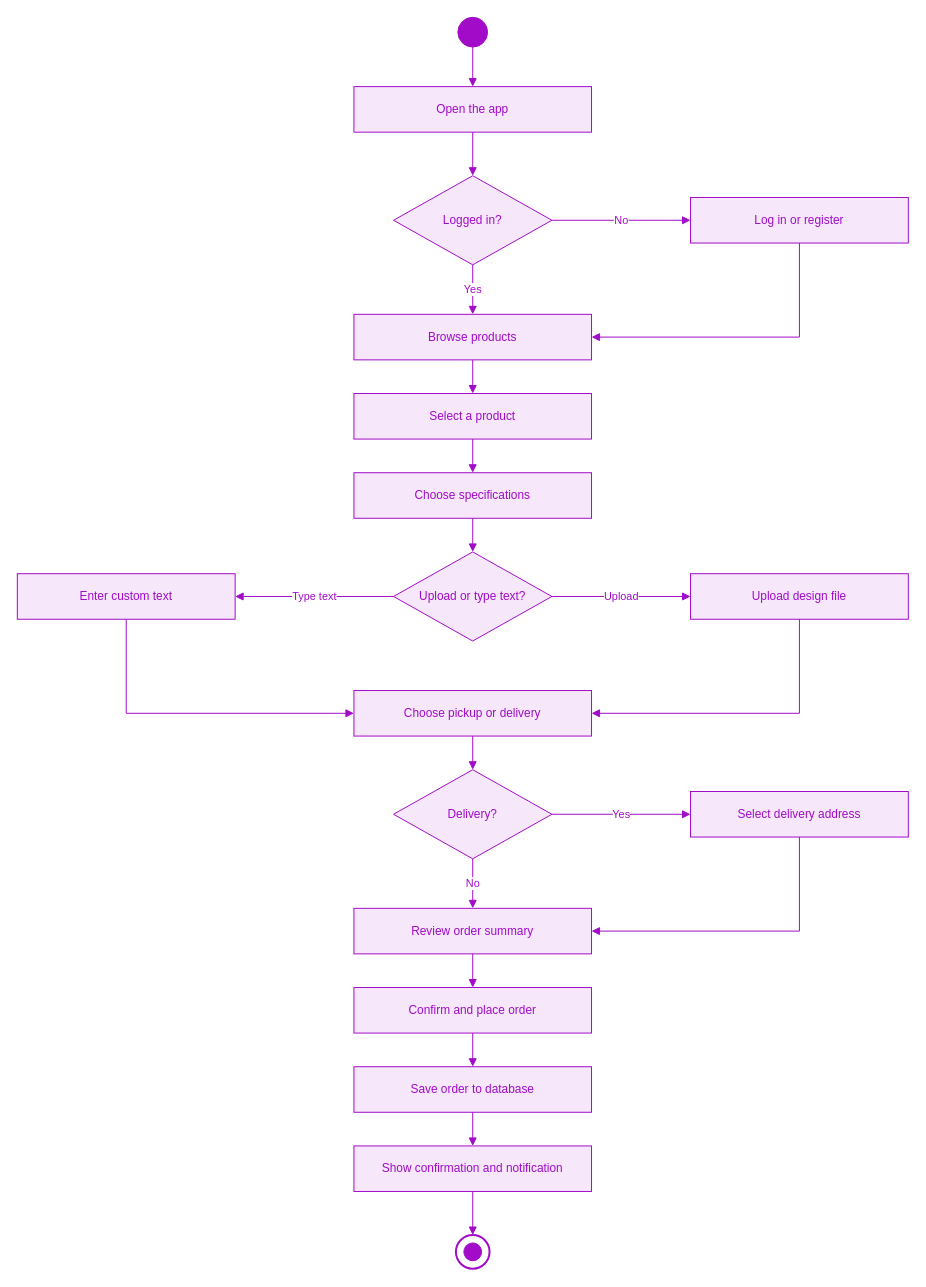
Before: docs/diagrams/03-activity.drawio in TharushiHiranya/PrintXpress, a draw.io diagram. Source tidied: cells renumbered, new cells numbered last; positions are measured from the earlier drawing's top-left corner, leaving out a move shared by most shapes. Both pictures are drawn from the tidied source at 99%, with x=0, y=0 at pixel (17, 17).
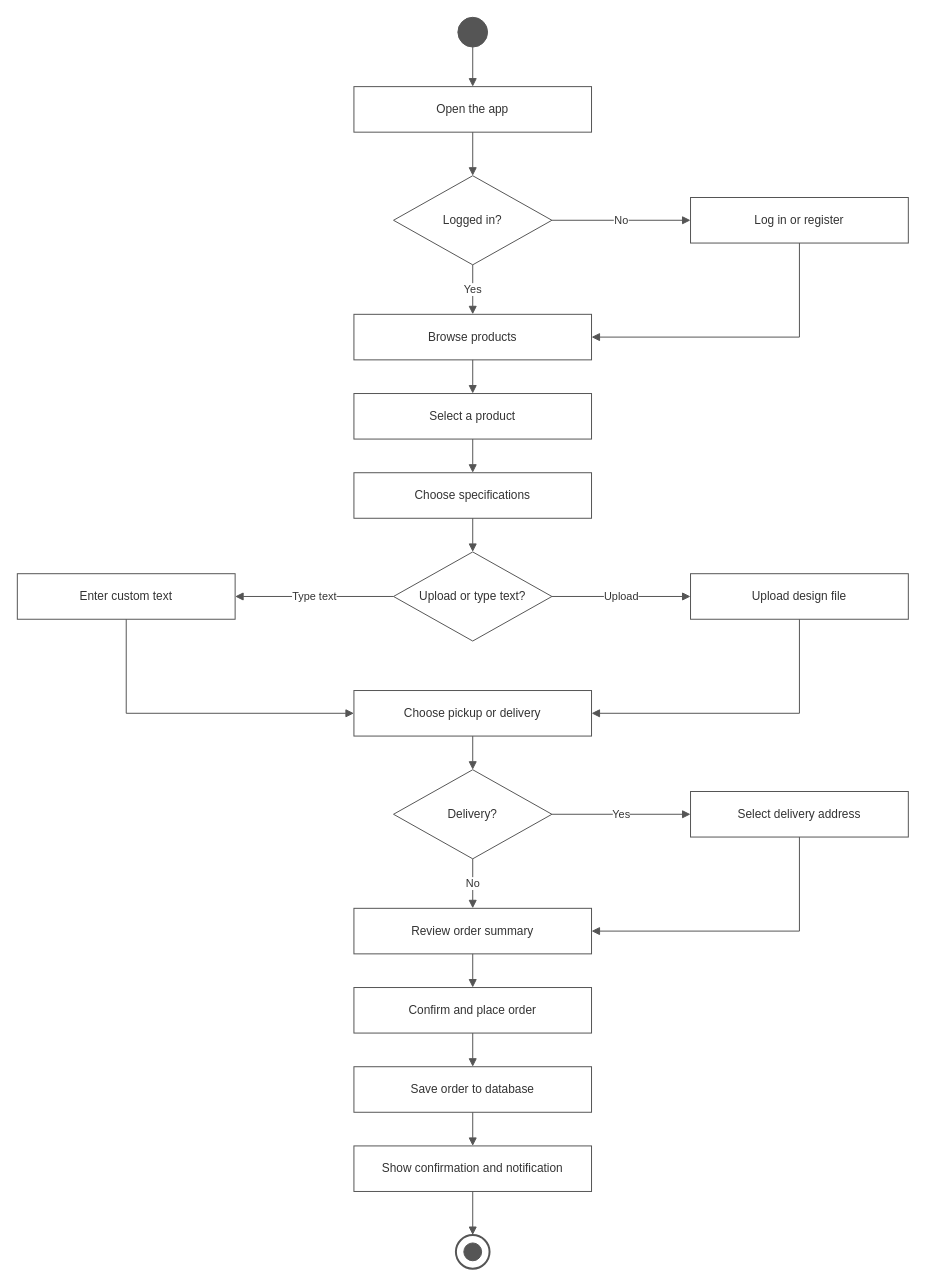
The same page after the edit.

Diff of the diagram source:
```diff
@@
-    <mxCell id="2" style="ellipse;fillColor=#A20BC8;strokeColor=#A20BC8;" parent="1" vertex="1">
+    <mxCell id="2" style="ellipse;fillColor=#555555;strokeColor=#555555;" parent="1" vertex="1">
       <mxGeometry x="445" width="30" height="30" as="geometry" />
     </mxCell>
-    <mxCell id="3" value="Open the app" style="rounded=0;whiteSpace=wrap;html=1;fillColor=#F6E7FA;strokeColor=#A20BC8;fontColor=#A20BC8;" parent="1" vertex="1">
+    <mxCell id="3" value="Open the app" style="rounded=0;whiteSpace=wrap;html=1;fillColor=#FFFFFF;strokeColor=#555555;fontColor=#333333;" parent="1" vertex="1">
       <mxGeometry x="340" y="70" width="240" height="46" as="geometry" />
     </mxCell>
-    <mxCell id="4" value="Logged in?" style="rhombus;whiteSpace=wrap;html=1;fillColor=#F6E7FA;strokeColor=#A20BC8;fontColor=#A20BC8;" parent="1" vertex="1">
+    <mxCell id="4" value="Logged in?" style="rhombus;whiteSpace=wrap;html=1;fillColor=#FFFFFF;strokeColor=#555555;fontColor=#333333;" parent="1" vertex="1">
       <mxGeometry x="380" y="160" width="160" height="90" as="geometry" />
     </mxCell>
-    <mxCell id="5" value="Log in or register" style="rounded=0;whiteSpace=wrap;html=1;fillColor=#F6E7FA;strokeColor=#A20BC8;fontColor=#A20BC8;" parent="1" vertex="1">
+    <mxCell id="5" value="Log in or register" style="rounded=0;whiteSpace=wrap;html=1;fillColor=#FFFFFF;strokeColor=#555555;fontColor=#333333;" parent="1" vertex="1">
       <mxGeometry x="680" y="182" width="220" height="46" as="geometry" />
     </mxCell>
-    <mxCell id="6" value="Browse products" style="rounded=0;whiteSpace=wrap;html=1;fillColor=#F6E7FA;strokeColor=#A20BC8;fontColor=#A20BC8;" parent="1" vertex="1">
+    <mxCell id="6" value="Browse products" style="rounded=0;whiteSpace=wrap;html=1;fillColor=#FFFFFF;strokeColor=#555555;fontColor=#333333;" parent="1" vertex="1">
       <mxGeometry x="340" y="300" width="240" height="46" as="geometry" />
     </mxCell>
-    <mxCell id="7" value="Select a product" style="rounded=0;whiteSpace=wrap;html=1;fillColor=#F6E7FA;strokeColor=#A20BC8;fontColor=#A20BC8;" parent="1" vertex="1">
+    <mxCell id="7" value="Select a product" style="rounded=0;whiteSpace=wrap;html=1;fillColor=#FFFFFF;strokeColor=#555555;fontColor=#333333;" parent="1" vertex="1">
       <mxGeometry x="340" y="380" width="240" height="46" as="geometry" />
     </mxCell>
-    <mxCell id="8" value="Choose specifications" style="rounded=0;whiteSpace=wrap;html=1;fillColor=#F6E7FA;strokeColor=#A20BC8;fontColor=#A20BC8;" parent="1" vertex="1">
+    <mxCell id="8" value="Choose specifications" style="rounded=0;whiteSpace=wrap;html=1;fillColor=#FFFFFF;strokeColor=#555555;fontColor=#333333;" parent="1" vertex="1">
       <mxGeometry x="340" y="460" width="240" height="46" as="geometry" />
     </mxCell>
-    <mxCell id="9" value="Upload or type text?" style="rhombus;whiteSpace=wrap;html=1;fillColor=#F6E7FA;strokeColor=#A20BC8;fontColor=#A20BC8;" parent="1" vertex="1">
+    <mxCell id="9" value="Upload or type text?" style="rhombus;whiteSpace=wrap;html=1;fillColor=#FFFFFF;strokeColor=#555555;fontColor=#333333;" parent="1" vertex="1">
       <mxGeometry x="380" y="540" width="160" height="90" as="geometry" />
     </mxCell>
-    <mxCell id="10" value="Upload design file" style="rounded=0;whiteSpace=wrap;html=1;fillColor=#F6E7FA;strokeColor=#A20BC8;fontColor=#A20BC8;" parent="1" vertex="1">
+    <mxCell id="10" value="Upload design file" style="rounded=0;whiteSpace=wrap;html=1;fillColor=#FFFFFF;strokeColor=#555555;fontColor=#333333;" parent="1" vertex="1">
       <mxGeometry x="680" y="562" width="220" height="46" as="geometry" />
     </mxCell>
-    <mxCell id="11" value="Enter custom text" style="rounded=0;whiteSpace=wrap;html=1;fillColor=#F6E7FA;strokeColor=#A20BC8;fontColor=#A20BC8;" parent="1" vertex="1">
+    <mxCell id="11" value="Enter custom text" style="rounded=0;whiteSpace=wrap;html=1;fillColor=#FFFFFF;strokeColor=#555555;fontColor=#333333;" parent="1" vertex="1">
       <mxGeometry y="562" width="220" height="46" as="geometry" />
     </mxCell>
-    <mxCell id="12" value="Choose pickup or delivery" style="rounded=0;whiteSpace=wrap;html=1;fillColor=#F6E7FA;strokeColor=#A20BC8;fontColor=#A20BC8;" parent="1" vertex="1">
+    <mxCell id="12" value="Choose pickup or delivery" style="rounded=0;whiteSpace=wrap;html=1;fillColor=#FFFFFF;strokeColor=#555555;fontColor=#333333;" parent="1" vertex="1">
       <mxGeometry x="340" y="680" width="240" height="46" as="geometry" />
     </mxCell>
-    <mxCell id="13" value="Delivery?" style="rhombus;whiteSpace=wrap;html=1;fillColor=#F6E7FA;strokeColor=#A20BC8;fontColor=#A20BC8;" parent="1" vertex="1">
+    <mxCell id="13" value="Delivery?" style="rhombus;whiteSpace=wrap;html=1;fillColor=#FFFFFF;strokeColor=#555555;fontColor=#333333;" parent="1" vertex="1">
       <mxGeometry x="380" y="760" width="160" height="90" as="geometry" />
     </mxCell>
-    <mxCell id="14" value="Select delivery address" style="rounded=0;whiteSpace=wrap;html=1;fillColor=#F6E7FA;strokeColor=#A20BC8;fontColor=#A20BC8;" parent="1" vertex="1">
+    <mxCell id="14" value="Select delivery address" style="rounded=0;whiteSpace=wrap;html=1;fillColor=#FFFFFF;strokeColor=#555555;fontColor=#333333;" parent="1" vertex="1">
       <mxGeometry x="680" y="782" width="220" height="46" as="geometry" />
     </mxCell>
-    <mxCell id="15" value="Review order summary" style="rounded=0;whiteSpace=wrap;html=1;fillColor=#F6E7FA;strokeColor=#A20BC8;fontColor=#A20BC8;" parent="1" vertex="1">
+    <mxCell id="15" value="Review order summary" style="rounded=0;whiteSpace=wrap;html=1;fillColor=#FFFFFF;strokeColor=#555555;fontColor=#333333;" parent="1" vertex="1">
       <mxGeometry x="340" y="900" width="240" height="46" as="geometry" />
     </mxCell>
-    <mxCell id="16" value="Confirm and place order" style="rounded=0;whiteSpace=wrap;html=1;fillColor=#F6E7FA;strokeColor=#A20BC8;fontColor=#A20BC8;" parent="1" vertex="1">
+    <mxCell id="16" value="Confirm and place order" style="rounded=0;whiteSpace=wrap;html=1;fillColor=#FFFFFF;strokeColor=#555555;fontColor=#333333;" parent="1" vertex="1">
       <mxGeometry x="340" y="980" width="240" height="46" as="geometry" />
     </mxCell>
-    <mxCell id="17" value="Save order to database" style="rounded=0;whiteSpace=wrap;html=1;fillColor=#F6E7FA;strokeColor=#A20BC8;fontColor=#A20BC8;" parent="1" vertex="1">
+    <mxCell id="17" value="Save order to database" style="rounded=0;whiteSpace=wrap;html=1;fillColor=#FFFFFF;strokeColor=#555555;fontColor=#333333;" parent="1" vertex="1">
       <mxGeometry x="340" y="1060" width="240" height="46" as="geometry" />
     </mxCell>
-    <mxCell id="18" value="Show confirmation and notification" style="rounded=0;whiteSpace=wrap;html=1;fillColor=#F6E7FA;strokeColor=#A20BC8;fontColor=#A20BC8;" parent="1" vertex="1">
+    <mxCell id="18" value="Show confirmation and notification" style="rounded=0;whiteSpace=wrap;html=1;fillColor=#FFFFFF;strokeColor=#555555;fontColor=#333333;" parent="1" vertex="1">
       <mxGeometry x="340" y="1140" width="240" height="46" as="geometry" />
     </mxCell>
-    <mxCell id="19" style="ellipse;fillColor=none;strokeColor=#A20BC8;strokeWidth=2;" parent="1" vertex="1">
+    <mxCell id="19" style="ellipse;fillColor=none;strokeColor=#555555;strokeWidth=2;" parent="1" vertex="1">
       <mxGeometry x="443" y="1230" width="34" height="34" as="geometry" />
     </mxCell>
-    <mxCell id="20" style="ellipse;fillColor=#A20BC8;strokeColor=#A20BC8;" parent="1" vertex="1">
+    <mxCell id="20" style="ellipse;fillColor=#555555;strokeColor=#555555;" parent="1" vertex="1">
       <mxGeometry x="451" y="1238" width="18" height="18" as="geometry" />
     </mxCell>
-    <mxCell id="21" style="edgeStyle=orthogonalEdgeStyle;rounded=0;html=1;strokeColor=#A20BC8;fontColor=#A20BC8;endArrow=block;endFill=1;exitX=0.5;exitY=1;exitDx=0;exitDy=0;entryX=0.5;entryY=0;entryDx=0;entryDy=0;" parent="1" edge="1" source="2" target="3">
+    <mxCell id="21" style="edgeStyle=orthogonalEdgeStyle;rounded=0;html=1;strokeColor=#555555;fontColor=#333333;endArrow=block;endFill=1;exitX=0.5;exitY=1;exitDx=0;exitDy=0;entryX=0.5;entryY=0;entryDx=0;entryDy=0;" parent="1" edge="1" source="2" target="3">
       <mxGeometry relative="1" as="geometry" />
     </mxCell>
-    <mxCell id="22" style="edgeStyle=orthogonalEdgeStyle;rounded=0;html=1;strokeColor=#A20BC8;fontColor=#A20BC8;endArrow=block;endFill=1;exitX=0.5;exitY=1;exitDx=0;exitDy=0;entryX=0.5;entryY=0;entryDx=0;entryDy=0;" parent="1" edge="1" source="3" target="4">
+    <mxCell id="22" style="edgeStyle=orthogonalEdgeStyle;rounded=0;html=1;strokeColor=#555555;fontColor=#333333;endArrow=block;endFill=1;exitX=0.5;exitY=1;exitDx=0;exitDy=0;entryX=0.5;entryY=0;entryDx=0;entryDy=0;" parent="1" edge="1" source="3" target="4">
       <mxGeometry relative="1" as="geometry" />
     </mxCell>
-    <mxCell id="23" value="No" style="edgeStyle=orthogonalEdgeStyle;rounded=0;html=1;strokeColor=#A20BC8;fontColor=#A20BC8;endArrow=block;endFill=1;exitX=1;exitY=0.5;exitDx=0;exitDy=0;entryX=0;entryY=0.5;entryDx=0;entryDy=0;" parent="1" edge="1" source="4" target="5">
+    <mxCell id="23" value="No" style="edgeStyle=orthogonalEdgeStyle;rounded=0;html=1;strokeColor=#555555;fontColor=#333333;endArrow=block;endFill=1;exitX=1;exitY=0.5;exitDx=0;exitDy=0;entryX=0;entryY=0.5;entryDx=0;entryDy=0;" parent="1" edge="1" source="4" target="5">
       <mxGeometry relative="1" as="geometry" />
     </mxCell>
-    <mxCell id="24" style="edgeStyle=orthogonalEdgeStyle;rounded=0;html=1;strokeColor=#A20BC8;fontColor=#A20BC8;endArrow=block;endFill=1;exitX=0.5;exitY=1;exitDx=0;exitDy=0;entryX=1;entryY=0.5;entryDx=0;entryDy=0;" parent="1" edge="1" source="5" target="6">
+    <mxCell id="24" style="edgeStyle=orthogonalEdgeStyle;rounded=0;html=1;strokeColor=#555555;fontColor=#333333;endArrow=block;endFill=1;exitX=0.5;exitY=1;exitDx=0;exitDy=0;entryX=1;entryY=0.5;entryDx=0;entryDy=0;" parent="1" edge="1" source="5" target="6">
       <mxGeometry relative="1" as="geometry">
         <Array as="points">
           <mxPoint x="790" y="323" />
         </Array>
       </mxGeometry>
     </mxCell>
-    <mxCell id="25" value="Yes" style="edgeStyle=orthogonalEdgeStyle;rounded=0;html=1;strokeColor=#A20BC8;fontColor=#A20BC8;endArrow=block;endFill=1;exitX=0.5;exitY=1;exitDx=0;exitDy=0;entryX=0.5;entryY=0;entryDx=0;entryDy=0;" parent="1" edge="1" source="4" target="6">
+    <mxCell id="25" value="Yes" style="edgeStyle=orthogonalEdgeStyle;rounded=0;html=1;strokeColor=#555555;fontColor=#333333;endArrow=block;endFill=1;exitX=0.5;exitY=1;exitDx=0;exitDy=0;entryX=0.5;entryY=0;entryDx=0;entryDy=0;" parent="1" edge="1" source="4" target="6">
       <mxGeometry relative="1" as="geometry" />
     </mxCell>
-    <mxCell id="26" style="edgeStyle=orthogonalEdgeStyle;rounded=0;html=1;strokeColor=#A20BC8;fontColor=#A20BC8;endArrow=block;endFill=1;exitX=0.5;exitY=1;exitDx=0;exitDy=0;entryX=0.5;entryY=0;entryDx=0;entryDy=0;" parent="1" edge="1" source="6" target="7">
+    <mxCell id="26" style="edgeStyle=orthogonalEdgeStyle;rounded=0;html=1;strokeColor=#555555;fontColor=#333333;endArrow=block;endFill=1;exitX=0.5;exitY=1;exitDx=0;exitDy=0;entryX=0.5;entryY=0;entryDx=0;entryDy=0;" parent="1" edge="1" source="6" target="7">
       <mxGeometry relative="1" as="geometry" />
     </mxCell>
-    <mxCell id="27" style="edgeStyle=orthogonalEdgeStyle;rounded=0;html=1;strokeColor=#A20BC8;fontColor=#A20BC8;endArrow=block;endFill=1;exitX=0.5;exitY=1;exitDx=0;exitDy=0;entryX=0.5;entryY=0;entryDx=0;entryDy=0;" parent="1" edge="1" source="7" target="8">
+    <mxCell id="27" style="edgeStyle=orthogonalEdgeStyle;rounded=0;html=1;strokeColor=#555555;fontColor=#333333;endArrow=block;endFill=1;exitX=0.5;exitY=1;exitDx=0;exitDy=0;entryX=0.5;entryY=0;entryDx=0;entryDy=0;" parent="1" edge="1" source="7" target="8">
       <mxGeometry relative="1" as="geometry" />
     </mxCell>
-    <mxCell id="28" style="edgeStyle=orthogonalEdgeStyle;rounded=0;html=1;strokeColor=#A20BC8;fontColor=#A20BC8;endArrow=block;endFill=1;exitX=0.5;exitY=1;exitDx=0;exitDy=0;entryX=0.5;entryY=0;entryDx=0;entryDy=0;" parent="1" edge="1" source="8" target="9">
+    <mxCell id="28" style="edgeStyle=orthogonalEdgeStyle;rounded=0;html=1;strokeColor=#555555;fontColor=#333333;endArrow=block;endFill=1;exitX=0.5;exitY=1;exitDx=0;exitDy=0;entryX=0.5;entryY=0;entryDx=0;entryDy=0;" parent="1" edge="1" source="8" target="9">
       <mxGeometry relative="1" as="geometry" />
     </mxCell>
-    <mxCell id="29" value="Upload" style="edgeStyle=orthogonalEdgeStyle;rounded=0;html=1;strokeColor=#A20BC8;fontColor=#A20BC8;endArrow=block;endFill=1;exitX=1;exitY=0.5;exitDx=0;exitDy=0;entryX=0;entryY=0.5;entryDx=0;entryDy=0;" parent="1" edge="1" source="9" target="10">
+    <mxCell id="29" value="Upload" style="edgeStyle=orthogonalEdgeStyle;rounded=0;html=1;strokeColor=#555555;fontColor=#333333;endArrow=block;endFill=1;exitX=1;exitY=0.5;exitDx=0;exitDy=0;entryX=0;entryY=0.5;entryDx=0;entryDy=0;" parent="1" edge="1" source="9" target="10">
       <mxGeometry relative="1" as="geometry" />
     </mxCell>
-    <mxCell id="30" value="Type text" style="edgeStyle=orthogonalEdgeStyle;rounded=0;html=1;strokeColor=#A20BC8;fontColor=#A20BC8;endArrow=block;endFill=1;exitX=0;exitY=0.5;exitDx=0;exitDy=0;entryX=1;entryY=0.5;entryDx=0;entryDy=0;" parent="1" edge="1" source="9" target="11">
+    <mxCell id="30" value="Type text" style="edgeStyle=orthogonalEdgeStyle;rounded=0;html=1;strokeColor=#555555;fontColor=#333333;endArrow=block;endFill=1;exitX=0;exitY=0.5;exitDx=0;exitDy=0;entryX=1;entryY=0.5;entryDx=0;entryDy=0;" parent="1" edge="1" source="9" target="11">
       <mxGeometry relative="1" as="geometry" />
     </mxCell>
-    <mxCell id="31" style="edgeStyle=orthogonalEdgeStyle;rounded=0;html=1;strokeColor=#A20BC8;fontColor=#A20BC8;endArrow=block;endFill=1;exitX=0.5;exitY=1;exitDx=0;exitDy=0;entryX=1;entryY=0.5;entryDx=0;entryDy=0;" parent="1" edge="1" source="10" target="12">
+    <mxCell id="31" style="edgeStyle=orthogonalEdgeStyle;rounded=0;html=1;strokeColor=#555555;fontColor=#333333;endArrow=block;endFill=1;exitX=0.5;exitY=1;exitDx=0;exitDy=0;entryX=1;entryY=0.5;entryDx=0;entryDy=0;" parent="1" edge="1" source="10" target="12">
       <mxGeometry relative="1" as="geometry">
         <Array as="points">
           <mxPoint x="790" y="703" />
         </Array>
       </mxGeometry>
     </mxCell>
-    <mxCell id="32" style="edgeStyle=orthogonalEdgeStyle;rounded=0;html=1;strokeColor=#A20BC8;fontColor=#A20BC8;endArrow=block;endFill=1;exitX=0.5;exitY=1;exitDx=0;exitDy=0;entryX=0;entryY=0.5;entryDx=0;entryDy=0;" parent="1" edge="1" source="11" target="12">
+    <mxCell id="32" style="edgeStyle=orthogonalEdgeStyle;rounded=0;html=1;strokeColor=#555555;fontColor=#333333;endArrow=block;endFill=1;exitX=0.5;exitY=1;exitDx=0;exitDy=0;entryX=0;entryY=0.5;entryDx=0;entryDy=0;" parent="1" edge="1" source="11" target="12">
       <mxGeometry relative="1" as="geometry">
         <Array as="points">
           <mxPoint x="110" y="703" />
         </Array>
       </mxGeometry>
     </mxCell>
-    <mxCell id="33" style="edgeStyle=orthogonalEdgeStyle;rounded=0;html=1;strokeColor=#A20BC8;fontColor=#A20BC8;endArrow=block;endFill=1;exitX=0.5;exitY=1;exitDx=0;exitDy=0;entryX=0.5;entryY=0;entryDx=0;entryDy=0;" parent="1" edge="1" source="12" target="13">
+    <mxCell id="33" style="edgeStyle=orthogonalEdgeStyle;rounded=0;html=1;strokeColor=#555555;fontColor=#333333;endArrow=block;endFill=1;exitX=0.5;exitY=1;exitDx=0;exitDy=0;entryX=0.5;entryY=0;entryDx=0;entryDy=0;" parent="1" edge="1" source="12" target="13">
       <mxGeometry relative="1" as="geometry" />
     </mxCell>
-    <mxCell id="34" value="Yes" style="edgeStyle=orthogonalEdgeStyle;rounded=0;html=1;strokeColor=#A20BC8;fontColor=#A20BC8;endArrow=block;endFill=1;exitX=1;exitY=0.5;exitDx=0;exitDy=0;entryX=0;entryY=0.5;entryDx=0;entryDy=0;" parent="1" edge="1" source="13" target="14">
+    <mxCell id="34" value="Yes" style="edgeStyle=orthogonalEdgeStyle;rounded=0;html=1;strokeColor=#555555;fontColor=#333333;endArrow=block;endFill=1;exitX=1;exitY=0.5;exitDx=0;exitDy=0;entryX=0;entryY=0.5;entryDx=0;entryDy=0;" parent="1" edge="1" source="13" target="14">
       <mxGeometry relative="1" as="geometry" />
     </mxCell>
-    <mxCell id="35" style="edgeStyle=orthogonalEdgeStyle;rounded=0;html=1;strokeColor=#A20BC8;fontColor=#A20BC8;endArrow=block;endFill=1;exitX=0.5;exitY=1;exitDx=0;exitDy=0;entryX=1;entryY=0.5;entryDx=0;entryDy=0;" parent="1" edge="1" source="14" target="15">
+    <mxCell id="35" style="edgeStyle=orthogonalEdgeStyle;rounded=0;html=1;strokeColor=#555555;fontColor=#333333;endArrow=block;endFill=1;exitX=0.5;exitY=1;exitDx=0;exitDy=0;entryX=1;entryY=0.5;entryDx=0;entryDy=0;" parent="1" edge="1" source="14" target="15">
       <mxGeometry relative="1" as="geometry">
         <Array as="points">
           <mxPoint x="790" y="923" />
         </Array>
       </mxGeometry>
     </mxCell>
-    <mxCell id="36" value="No" style="edgeStyle=orthogonalEdgeStyle;rounded=0;html=1;strokeColor=#A20BC8;fontColor=#A20BC8;endArrow=block;endFill=1;exitX=0.5;exitY=1;exitDx=0;exitDy=0;entryX=0.5;entryY=0;entryDx=0;entryDy=0;" parent="1" edge="1" source="13" target="15">
+    <mxCell id="36" value="No" style="edgeStyle=orthogonalEdgeStyle;rounded=0;html=1;strokeColor=#555555;fontColor=#333333;endArrow=block;endFill=1;exitX=0.5;exitY=1;exitDx=0;exitDy=0;entryX=0.5;entryY=0;entryDx=0;entryDy=0;" parent="1" edge="1" source="13" target="15">
       <mxGeometry relative="1" as="geometry" />
     </mxCell>
-    <mxCell id="37" style="edgeStyle=orthogonalEdgeStyle;rounded=0;html=1;strokeColor=#A20BC8;fontColor=#A20BC8;endArrow=block;endFill=1;exitX=0.5;exitY=1;exitDx=0;exitDy=0;entryX=0.5;entryY=0;entryDx=0;entryDy=0;" parent="1" edge="1" source="15" target="16">
+    <mxCell id="37" style="edgeStyle=orthogonalEdgeStyle;rounded=0;html=1;strokeColor=#555555;fontColor=#333333;endArrow=block;endFill=1;exitX=0.5;exitY=1;exitDx=0;exitDy=0;entryX=0.5;entryY=0;entryDx=0;entryDy=0;" parent="1" edge="1" source="15" target="16">
       <mxGeometry relative="1" as="geometry" />
     </mxCell>
-    <mxCell id="38" style="edgeStyle=orthogonalEdgeStyle;rounded=0;html=1;strokeColor=#A20BC8;fontColor=#A20BC8;endArrow=block;endFill=1;exitX=0.5;exitY=1;exitDx=0;exitDy=0;entryX=0.5;entryY=0;entryDx=0;entryDy=0;" parent="1" edge="1" source="16" target="17">
+    <mxCell id="38" style="edgeStyle=orthogonalEdgeStyle;rounded=0;html=1;strokeColor=#555555;fontColor=#333333;endArrow=block;endFill=1;exitX=0.5;exitY=1;exitDx=0;exitDy=0;entryX=0.5;entryY=0;entryDx=0;entryDy=0;" parent="1" edge="1" source="16" target="17">
       <mxGeometry relative="1" as="geometry" />
     </mxCell>
-    <mxCell id="39" style="edgeStyle=orthogonalEdgeStyle;rounded=0;html=1;strokeColor=#A20BC8;fontColor=#A20BC8;endArrow=block;endFill=1;exitX=0.5;exitY=1;exitDx=0;exitDy=0;entryX=0.5;entryY=0;entryDx=0;entryDy=0;" parent="1" edge="1" source="17" target="18">
+    <mxCell id="39" style="edgeStyle=orthogonalEdgeStyle;rounded=0;html=1;strokeColor=#555555;fontColor=#333333;endArrow=block;endFill=1;exitX=0.5;exitY=1;exitDx=0;exitDy=0;entryX=0.5;entryY=0;entryDx=0;entryDy=0;" parent="1" edge="1" source="17" target="18">
       <mxGeometry relative="1" as="geometry" />
     </mxCell>
-    <mxCell id="40" style="edgeStyle=orthogonalEdgeStyle;rounded=0;html=1;strokeColor=#A20BC8;fontColor=#A20BC8;endArrow=block;endFill=1;exitX=0.5;exitY=1;exitDx=0;exitDy=0;entryX=0.5;entryY=0;entryDx=0;entryDy=0;" parent="1" edge="1" source="18" target="19">
+    <mxCell id="40" style="edgeStyle=orthogonalEdgeStyle;rounded=0;html=1;strokeColor=#555555;fontColor=#333333;endArrow=block;endFill=1;exitX=0.5;exitY=1;exitDx=0;exitDy=0;entryX=0.5;entryY=0;entryDx=0;entryDy=0;" parent="1" edge="1" source="18" target="19">
       <mxGeometry relative="1" as="geometry" />
     </mxCell>
```
